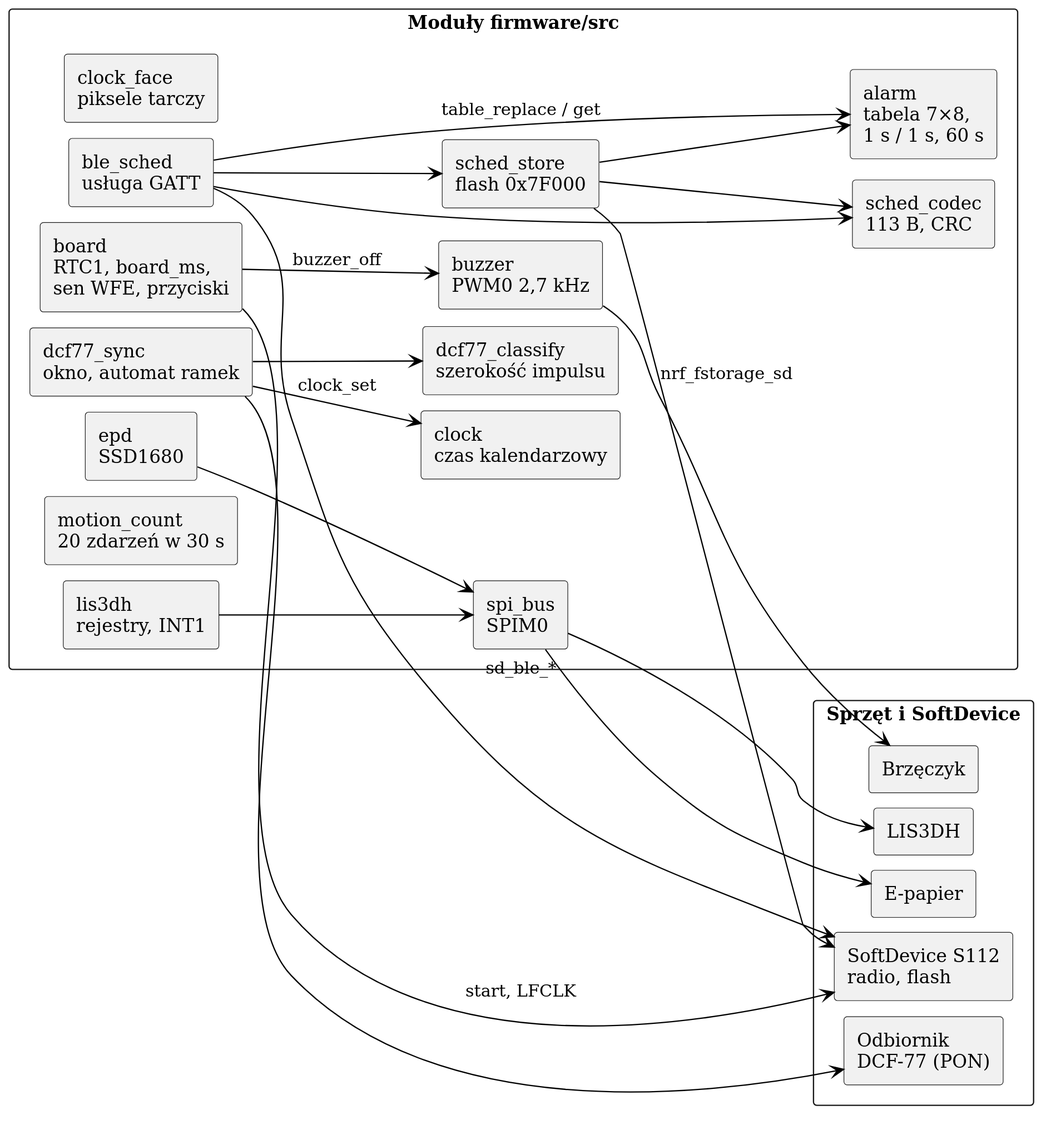
Above: firmware/docs/diagrams/l2-modules-b.svg in mikolajwojcicki/clock-project (PlantUML), before the change. Its diagram source:
```plantuml
@startuml
left to right direction
skinparam monochrome true
skinparam shadowing false
skinparam backgroundColor white
skinparam defaultFontName DejaVu Serif
skinparam dpi 160
skinparam ArrowColor black
skinparam componentStyle rectangle
skinparam packageStyle rectangle
skinparam nodesep 12
skinparam ranksep 60

package "Moduły firmware/src" as Mods {
  component "board\nRTC1, board_ms,\nsen WFE, przyciski" as m_board
  component "alarm\ntabela 7×8,\n1 s / 1 s, 60 s" as m_alarm
  component "clock\nczas kalendarzowy" as m_clock
  component "motion_count\n20 zdarzeń w 30 s" as m_motion
  component "lis3dh\nrejestry, INT1" as m_lis
  component "buzzer\nPWM0 2,7 kHz" as m_buzz
  component "dcf77_sync\nokno, automat ramek" as m_dcf
  component "dcf77_classify\nszerokość impulsu" as m_cls
  component "ble_sched\nusługa GATT" as m_ble
  component "sched_store\nflash 0x7F000" as m_store
  component "sched_codec\n113 B, CRC" as m_codec
  component "epd\nSSD1680" as m_epd
  component "clock_face\npiksele tarczy" as m_face
  component "spi_bus\nSPIM0" as m_spi
}

package "Sprzęt i SoftDevice" as Hw {
  component "SoftDevice S112\nradio, flash" as sd
  component "Odbiornik\nDCF-77 (PON)" as hw_dcf
  component "LIS3DH" as hw_lis
  component "E-papier" as hw_epd
  component "Brzęczyk" as hw_buzz
}

m_dcf --> m_cls
m_dcf --> m_clock : clock_set
m_ble --> m_alarm : table_replace / get
m_ble --> m_store
m_ble --> m_codec
m_store --> m_codec
m_store --> m_alarm
m_lis --> m_spi
m_epd --> m_spi
m_ble --> sd : sd_ble_*
m_store --> sd : nrf_fstorage_sd
m_board --> m_buzz : buzzer_off
m_board --> sd : start, LFCLK
m_dcf --> hw_dcf
m_spi --> hw_lis
m_spi --> hw_epd
m_buzz --> hw_buzz
@enduml
```
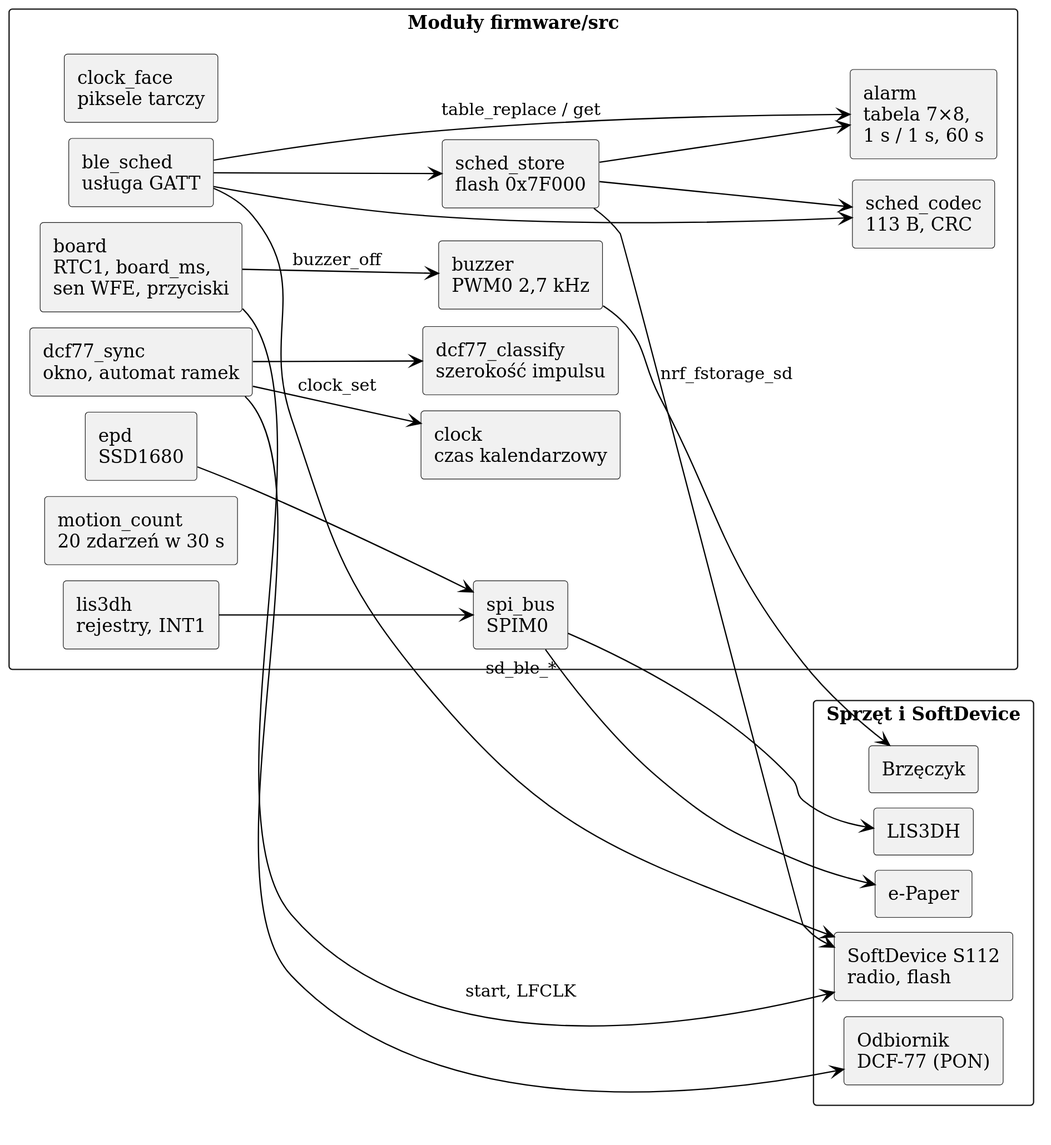
Above is the later version.

The edit, as a diff of the source:
```diff
@@ -32,7 +32,7 @@
   component "SoftDevice S112\nradio, flash" as sd
   component "Odbiornik\nDCF-77 (PON)" as hw_dcf
   component "LIS3DH" as hw_lis
-  component "E-papier" as hw_epd
+  component "e-Paper" as hw_epd
   component "Brzęczyk" as hw_buzz
 }
 
```
